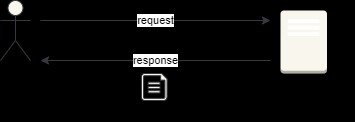
This is workflow.drawio.png from BlackFLX/SimpleWebApp, a draw.io export, as it was before one commit. Source tidied: cells renumbered, new cells last; positions are measured from the earlier drawing's top-left corner, leaving out a move shared by most shapes.
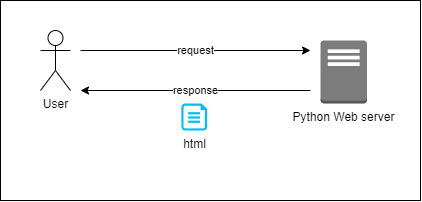
The same diagram one commit later.

Change to the diagram source:
```diff
@@ -1,26 +1,29 @@
-<mxGraphModel background="#000000">
+<mxGraphModel>
   <root>
     <mxCell id="0" />
     <mxCell id="1" parent="0" />
+    <mxCell id="7" style="rounded=0;whiteSpace=wrap;html=1;" parent="1" vertex="1">
+      <mxGeometry x="-40" y="-30" width="420" height="200" as="geometry" />
+    </mxCell>
-    <mxCell id="2" value="User" style="shape=umlActor;verticalLabelPosition=bottom;verticalAlign=top;html=1;fillColor=#f9f7ed;strokeColor=#36393d;" parent="1" vertex="1">
+    <mxCell id="2" value="User" style="shape=umlActor;verticalLabelPosition=bottom;verticalAlign=top;html=1;" parent="1" vertex="1">
       <mxGeometry width="30" height="60" as="geometry" />
     </mxCell>
-    <mxCell id="3" value="Python Web server" style="dashed=0;verticalLabelPosition=bottom;verticalAlign=top;align=center;html=1;shape=mxgraph.aws3.traditional_server;fillColor=#f9f7ed;strokeColor=#36393d;" parent="1" vertex="1">
+    <mxCell id="3" value="Python Web server" style="dashed=0;verticalLabelPosition=bottom;verticalAlign=top;align=center;html=1;shape=mxgraph.aws3.traditional_server;fillColor=#7D7C7C;gradientColor=none;" parent="1" vertex="1">
       <mxGeometry x="280" y="10" width="46.5" height="63" as="geometry" />
     </mxCell>
-    <mxCell id="4" value="request" style="endArrow=classic;html=1;flowAnimation=1;fillColor=#f9f7ed;strokeColor=#36393d;" parent="1" edge="1">
+    <mxCell id="4" value="request" style="endArrow=classic;html=1;flowAnimation=1;" parent="1" edge="1">
       <mxGeometry relative="1" as="geometry">
         <mxPoint x="40" y="20" as="sourcePoint" />
         <mxPoint x="270" y="20" as="targetPoint" />
       </mxGeometry>
     </mxCell>
-    <mxCell id="5" value="response" style="endArrow=classic;html=1;flowAnimation=1;fillColor=#f9f7ed;strokeColor=#36393d;" parent="1" edge="1">
+    <mxCell id="5" value="response" style="endArrow=classic;html=1;flowAnimation=1;" parent="1" edge="1">
       <mxGeometry relative="1" as="geometry">
         <mxPoint x="270" y="60" as="sourcePoint" />
         <mxPoint x="40" y="60" as="targetPoint" />
       </mxGeometry>
     </mxCell>
-    <mxCell id="6" value="html" style="verticalLabelPosition=bottom;html=1;verticalAlign=top;align=center;strokeColor=#36393d;fillColor=#f9f7ed;shape=mxgraph.azure.file;" parent="1" vertex="1">
+    <mxCell id="6" value="html" style="verticalLabelPosition=bottom;html=1;verticalAlign=top;align=center;strokeColor=none;fillColor=#00BEF2;shape=mxgraph.azure.file;" parent="1" vertex="1">
       <mxGeometry x="140.9" y="73" width="25.6" height="27" as="geometry" />
     </mxCell>
   </root>
```
